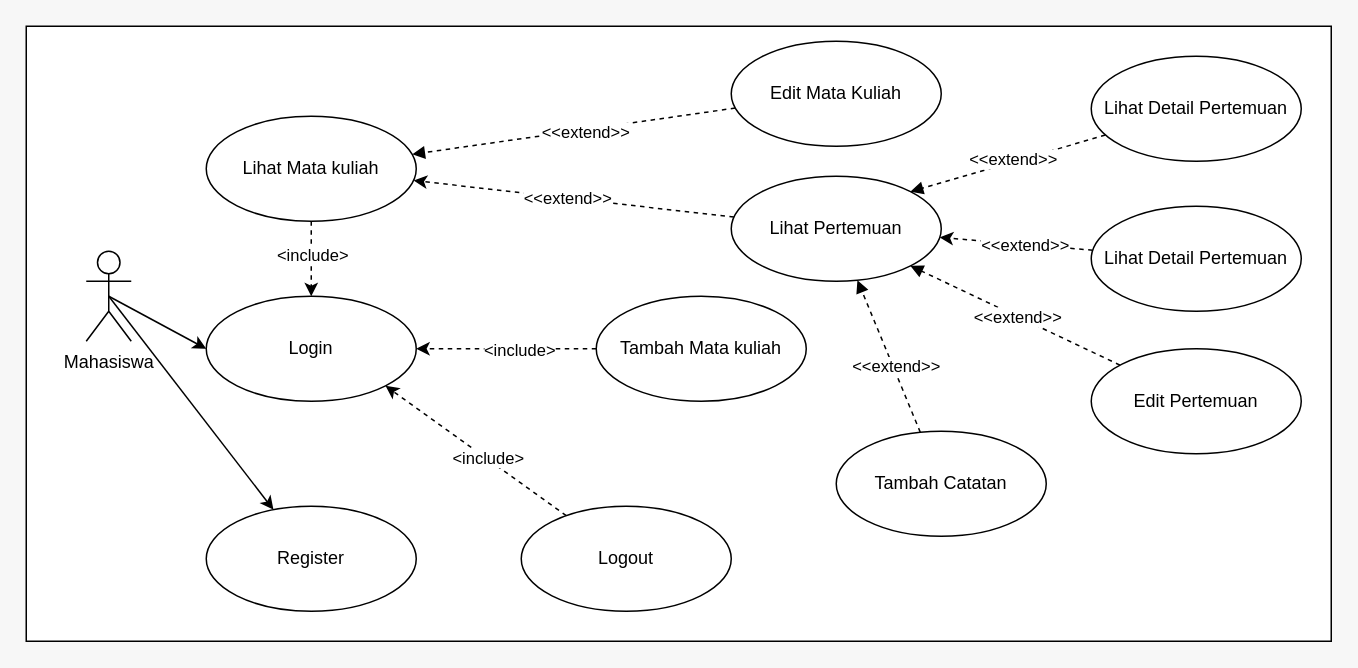
This is catatan-kuliah-useCase.drawio from Gefila/draw.io, a draw.io file, before an edit. Source tidied: cells renumbered, new cells numbered last; positions are measured from the earlier drawing's top-left corner, leaving out a move shared by most shapes. Both pictures are drawn from the tidied source at 150%, with x=0, y=0 at pixel (26, 26).
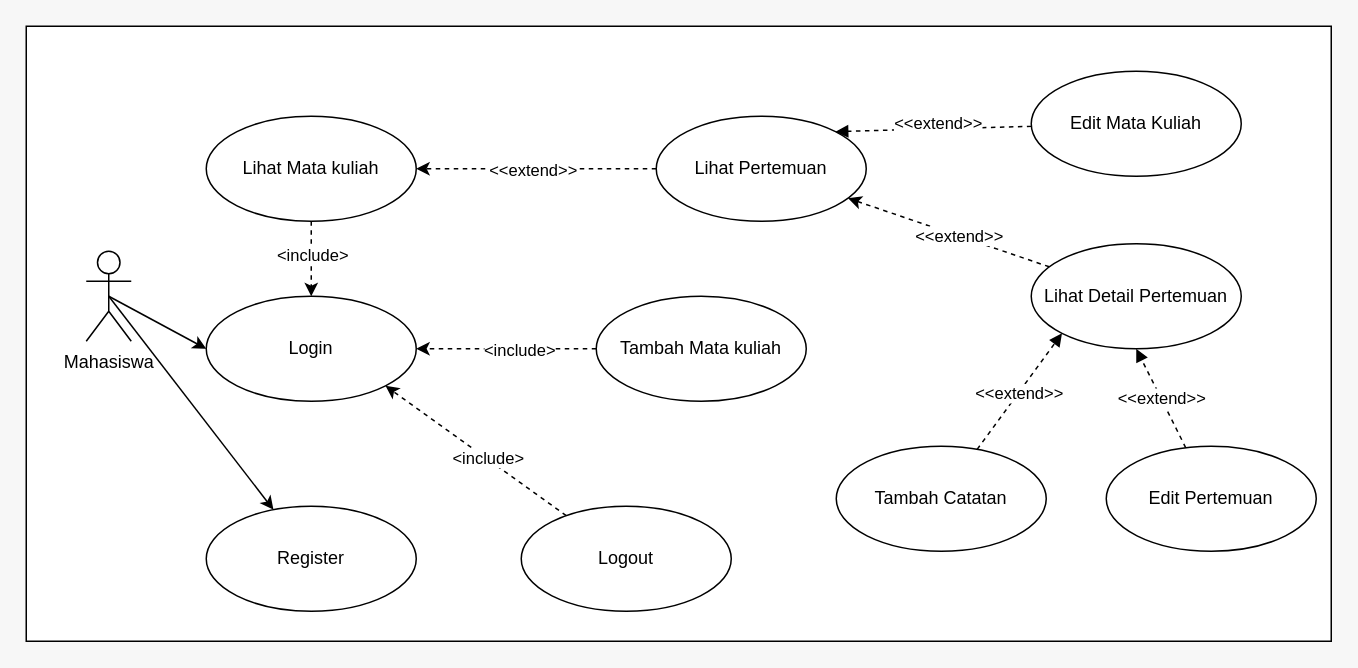
The same diagram, later.

Unchanged cells that the change refers to:
```xml
<mxCell id="10" value="Lihat Mata kuliah" style="ellipse;whiteSpace=wrap;html=1;" parent="1" vertex="1">
  <mxGeometry x="120" y="60" width="140" height="70" as="geometry" />
</mxCell>
```

The edit, as a diff of the source:
```diff
@@
     <mxCell id="19" value="Lihat Pertemuan" style="ellipse;whiteSpace=wrap;html=1;" parent="1" vertex="1">
-      <mxGeometry x="470" y="100" width="140" height="70" as="geometry" />
+      <mxGeometry x="420" y="60" width="140" height="70" as="geometry" />
     </mxCell>
@@
     <mxCell id="22" value="Lihat Detail Pertemuan" style="ellipse;whiteSpace=wrap;html=1;" parent="1" vertex="1">
-      <mxGeometry x="710" y="120" width="140" height="70" as="geometry" />
+      <mxGeometry x="670" y="145" width="140" height="70" as="geometry" />
     </mxCell>
-    <mxCell id="23" style="shape=connector;rounded=0;jettySize=auto;html=1;strokeColor=default;align=center;verticalAlign=middle;fontFamily=Helvetica;fontSize=11;fontColor=default;labelBackgroundColor=default;endArrow=block;endFill=1;dashed=1;" parent="1" edge="1" source="25" target="10">
-      <mxGeometry relative="1" as="geometry" />
-    </mxCell>
-    <mxCell id="24" value="&amp;lt;&amp;lt;extend&amp;gt;&amp;gt;" style="edgeLabel;html=1;align=center;verticalAlign=middle;fontFamily=Helvetica;fontSize=11;fontColor=default;labelBackgroundColor=default;" parent="23" vertex="1">
-      <mxGeometry x="-0.45" y="1" relative="1" as="geometry">
-        <mxPoint x="-41" y="6" as="offset" />
-      </mxGeometry>
-    </mxCell>
-    <mxCell id="25" value="Edit Mata Kuliah" style="ellipse;whiteSpace=wrap;html=1;" parent="1" vertex="1">
-      <mxGeometry x="470" y="10" width="140" height="70" as="geometry" />
-    </mxCell>
@@
-    <mxCell id="28" value="Lihat Detail Pertemuan" style="ellipse;whiteSpace=wrap;html=1;" parent="1" vertex="1">
-      <mxGeometry x="710" y="20" width="140" height="70" as="geometry" />
+    <mxCell id="28" value="Edit Mata Kuliah" style="ellipse;whiteSpace=wrap;html=1;" parent="1" vertex="1">
+      <mxGeometry x="670" y="30" width="140" height="70" as="geometry" />
     </mxCell>
-    <mxCell id="29" style="shape=connector;rounded=0;jettySize=auto;html=1;entryX=1;entryY=1;entryDx=0;entryDy=0;strokeColor=default;align=center;verticalAlign=middle;fontFamily=Helvetica;fontSize=11;fontColor=default;labelBackgroundColor=default;endArrow=block;endFill=1;dashed=1;" parent="1" edge="1" source="31" target="19">
-      <mxGeometry relative="1" as="geometry" />
-    </mxCell>
-    <mxCell id="30" value="&amp;lt;&amp;lt;extend&amp;gt;&amp;gt;" style="edgeLabel;html=1;align=center;verticalAlign=middle;fontFamily=Helvetica;fontSize=11;fontColor=default;labelBackgroundColor=default;" parent="29" vertex="1">
-      <mxGeometry x="0.05" y="-2" relative="1" as="geometry">
-        <mxPoint x="4" y="4" as="offset" />
-      </mxGeometry>
-    </mxCell>
+    <mxCell id="35" style="shape=connector;rounded=0;jettySize=auto;html=1;entryX=0.5;entryY=1;entryDx=0;entryDy=0;strokeColor=default;align=center;verticalAlign=middle;fontFamily=Helvetica;fontSize=11;fontColor=default;labelBackgroundColor=default;endArrow=block;endFill=1;dashed=1;" parent="1" edge="1" source="31" target="22">
+      <mxGeometry relative="1" as="geometry" />
+    </mxCell>
+    <mxCell id="36" value="&amp;lt;&amp;lt;extend&amp;gt;&amp;gt;" style="edgeLabel;html=1;align=center;verticalAlign=middle;fontFamily=Helvetica;fontSize=11;fontColor=default;labelBackgroundColor=default;" parent="35" vertex="1">
+      <mxGeometry x="0.02" relative="1" as="geometry" />
+    </mxCell>
     <mxCell id="31" value="Edit Pertemuan" style="ellipse;whiteSpace=wrap;html=1;" parent="1" vertex="1">
-      <mxGeometry x="710" y="215" width="140" height="70" as="geometry" />
+      <mxGeometry x="720" y="280" width="140" height="70" as="geometry" />
     </mxCell>
-    <mxCell id="32" style="shape=connector;rounded=0;jettySize=auto;html=1;strokeColor=default;align=center;verticalAlign=middle;fontFamily=Helvetica;fontSize=11;fontColor=default;labelBackgroundColor=default;endArrow=block;endFill=1;dashed=1;" parent="1" edge="1" source="34" target="19">
-      <mxGeometry relative="1" as="geometry" />
-    </mxCell>
-    <mxCell id="33" value="&amp;lt;&amp;lt;extend&amp;gt;&amp;gt;" style="edgeLabel;html=1;align=center;verticalAlign=middle;fontFamily=Helvetica;fontSize=11;fontColor=default;labelBackgroundColor=default;" parent="32" vertex="1">
-      <mxGeometry x="-0.15" y="-2" relative="1" as="geometry" />
-    </mxCell>
+    <mxCell id="37" style="shape=connector;rounded=0;jettySize=auto;html=1;entryX=0;entryY=1;entryDx=0;entryDy=0;strokeColor=default;align=center;verticalAlign=middle;fontFamily=Helvetica;fontSize=11;fontColor=default;labelBackgroundColor=default;endArrow=block;endFill=1;dashed=1;" parent="1" edge="1" source="34" target="22">
+      <mxGeometry relative="1" as="geometry" />
+    </mxCell>
+    <mxCell id="38" value="&amp;lt;&amp;lt;extend&amp;gt;&amp;gt;" style="edgeLabel;html=1;align=center;verticalAlign=middle;fontFamily=Helvetica;fontSize=11;fontColor=default;labelBackgroundColor=default;" parent="37" vertex="1">
+      <mxGeometry x="-0.03" relative="1" as="geometry" />
+    </mxCell>
     <mxCell id="34" value="Tambah Catatan" style="ellipse;whiteSpace=wrap;html=1;" parent="1" vertex="1">
-      <mxGeometry x="540" y="270" width="140" height="70" as="geometry" />
+      <mxGeometry x="540" y="280" width="140" height="70" as="geometry" />
     </mxCell>
```
